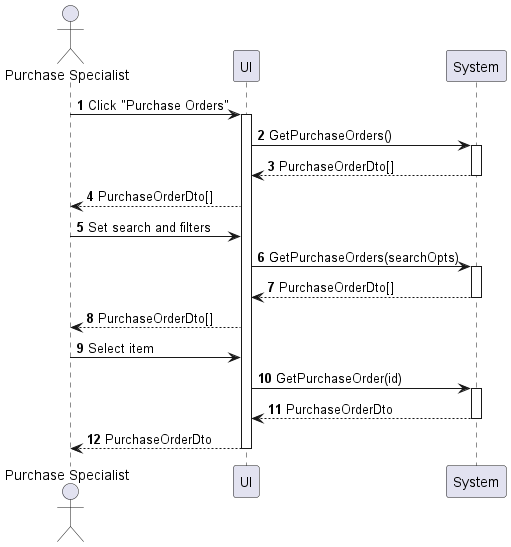
The PlantUML diagram sequences/purchase-order-view.png in phihungha/scmss-reqs, before a commit.
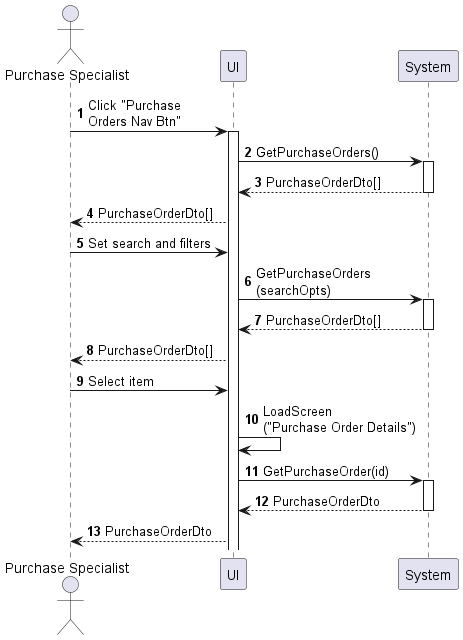
After the commit.

The edit, as a diff of the source:
```diff
@@ -5,20 +5,21 @@
 participant UI as f
 participant System as b
 
-a -> f : Click "Purchase Orders"
+a -> f : Click "Purchase\nOrders Nav Btn"
 activate f
 f -> b : GetPurchaseOrders()
 activate b
 return PurchaseOrderDto[]
 f --> a : PurchaseOrderDto[]
 a -> f : Set search and filters
-f -> b : GetPurchaseOrders(searchOpts)
+f -> b : GetPurchaseOrders\n(searchOpts)
 activate b
 return PurchaseOrderDto[]
 f --> a : PurchaseOrderDto[]
 a -> f : Select item
+f -> f : LoadScreen\n("Purchase Order Details")
 f -> b : GetPurchaseOrder(id)
 activate b
 return PurchaseOrderDto
-return PurchaseOrderDto
+f --> a : PurchaseOrderDto
 @enduml
```
